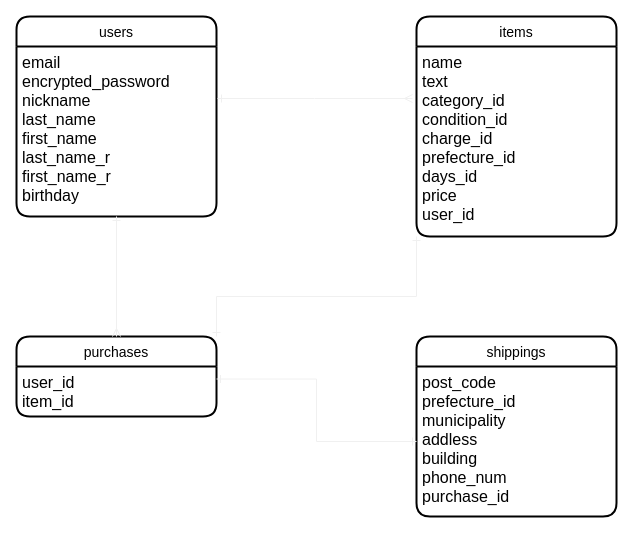
Earlier version of the draw.io diagram er.dio (jinkeipooh/furima-35952). Source tidied: cells renumbered, new cells numbered last; positions are measured from the earlier drawing's top-left corner, leaving out a move shared by most shapes. Both pictures are drawn from the tidied source at 100%, with x=0, y=0 at pixel (16, 16).
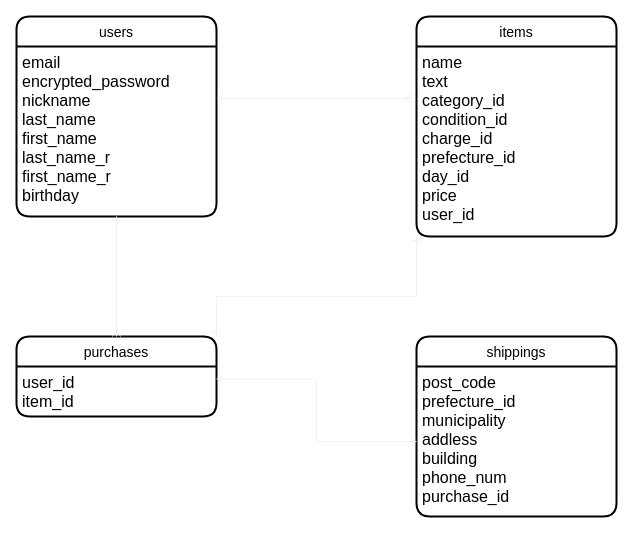
Above is the later version.

Commit message (it also covers changes not shown here):
カラム名修正

The edit, as a diff of the source:
```diff
@@
 <mxGraphModel>
   <root>
     <mxCell id="0" />
     <mxCell id="1" parent="0" />
     <mxCell id="2" value="users" style="swimlane;horizontal=1;startSize=30;rounded=1;fontSize=14;fontStyle=0;strokeWidth=2;shadow=0;dashed=0;align=center;" parent="1" vertex="1">
       <mxGeometry width="200" height="200" as="geometry" />
     </mxCell>
     <mxCell id="3" value="email&#10;encrypted_password&#10;nickname&#10;last_name&#10;first_name&#10;last_name_r&#10;first_name_r&#10;birthday" style="align=left;strokeColor=none;fillColor=none;spacingLeft=4;fontSize=16;verticalAlign=top;" parent="2" vertex="1">
       <mxGeometry y="30" width="200" height="170" as="geometry" />
     </mxCell>
     <mxCell id="4" value="items" style="swimlane;horizontal=1;startSize=30;rounded=1;fontSize=14;fontStyle=0;strokeWidth=2;shadow=0;dashed=0;align=center;" parent="1" vertex="1">
       <mxGeometry x="400" width="200" height="220" as="geometry" />
     </mxCell>
-    <mxCell id="5" value="name&#10;text&#10;category_id&#10;condition_id&#10;charge_id&#10;prefecture_id&#10;days_id&#10;price&#10;user_id&#10;&#10;" style="align=left;strokeColor=none;fillColor=none;spacingLeft=4;fontSize=16;verticalAlign=top;" parent="4" vertex="1">
+    <mxCell id="5" value="name&#10;text&#10;category_id&#10;condition_id&#10;charge_id&#10;prefecture_id&#10;day_id&#10;price&#10;user_id&#10;&#10;" style="align=left;strokeColor=none;fillColor=none;spacingLeft=4;fontSize=16;verticalAlign=top;" parent="4" vertex="1">
       <mxGeometry y="30" width="200" height="190" as="geometry" />
     </mxCell>
     <mxCell id="6" value="shippings" style="swimlane;horizontal=1;startSize=30;rounded=1;fontSize=14;fontStyle=0;strokeWidth=2;shadow=0;dashed=0;align=center;" parent="1" vertex="1">
       <mxGeometry x="400" y="320" width="200" height="180" as="geometry" />
     </mxCell>
     <mxCell id="7" value="post_code&#10;prefecture_id&#10;municipality&#10;addless&#10;building&#10;phone_num&#10;purchase_id" style="align=left;strokeColor=none;fillColor=none;spacingLeft=4;fontSize=16;verticalAlign=top;" parent="6" vertex="1">
       <mxGeometry y="30" width="200" height="150" as="geometry" />
     </mxCell>
     <mxCell id="8" value="purchases" style="swimlane;horizontal=1;startSize=30;rounded=1;fontSize=14;fontStyle=0;strokeWidth=2;shadow=0;dashed=0;align=center;" parent="1" vertex="1">
       <mxGeometry y="320" width="200" height="80" as="geometry" />
     </mxCell>
     <mxCell id="9" value="user_id&#10;item_id" style="align=left;strokeColor=none;fillColor=none;spacingLeft=4;fontSize=16;verticalAlign=top;" parent="8" vertex="1">
       <mxGeometry y="30" width="200" height="50" as="geometry" />
     </mxCell>
     <mxCell id="10" style="edgeStyle=orthogonalEdgeStyle;jettySize=auto;html=1;exitX=1.005;exitY=0.306;exitDx=0;exitDy=0;fontSize=16;targetPerimeterSpacing=0;startArrow=ERone;startFill=0;endArrow=ERmany;endFill=0;strokeWidth=1;rounded=0;strokeColor=#F0F0F0;exitPerimeter=0;" parent="1" edge="1" source="3">
       <mxGeometry relative="1" as="geometry">
         <mxPoint x="396" y="82" as="targetPoint" />
       </mxGeometry>
     </mxCell>
     <mxCell id="11" style="edgeStyle=orthogonalEdgeStyle;rounded=0;jettySize=auto;html=1;exitX=0.5;exitY=1;exitDx=0;exitDy=0;entryX=0.5;entryY=0;entryDx=0;entryDy=0;startArrow=ERone;startFill=0;endArrow=ERmany;endFill=0;targetPerimeterSpacing=0;strokeColor=#F0F0F0;strokeWidth=1;fontSize=16;" parent="1" edge="1" source="3" target="8">
       <mxGeometry relative="1" as="geometry" />
     </mxCell>
     <mxCell id="12" style="edgeStyle=orthogonalEdgeStyle;rounded=0;jettySize=auto;html=1;exitX=0;exitY=0.5;exitDx=0;exitDy=0;entryX=1;entryY=0.25;entryDx=0;entryDy=0;startArrow=ERone;startFill=0;endArrow=ERone;endFill=0;targetPerimeterSpacing=0;strokeColor=#F0F0F0;strokeWidth=1;fontSize=16;" parent="1" edge="1" source="7" target="9">
       <mxGeometry relative="1" as="geometry" />
     </mxCell>
     <mxCell id="13" style="edgeStyle=orthogonalEdgeStyle;rounded=0;jettySize=auto;html=1;exitX=0;exitY=1;exitDx=0;exitDy=0;entryX=1;entryY=0;entryDx=0;entryDy=0;startArrow=ERone;startFill=0;endArrow=ERone;endFill=0;targetPerimeterSpacing=0;strokeColor=#F0F0F0;strokeWidth=1;fontSize=16;" parent="1" edge="1" source="5" target="8">
       <mxGeometry relative="1" as="geometry">
         <Array as="points">
           <mxPoint x="400" y="280" />
           <mxPoint x="200" y="280" />
         </Array>
       </mxGeometry>
     </mxCell>
   </root>
 </mxGraphModel>
```
